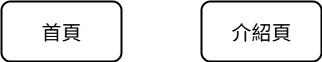
Before: images/single-stage_seq.png, a diagram exported from draw.io (Li732375/git_note). Source tidied: cells renumbered, new cells last; positions are measured from the earlier drawing's top-left corner, leaving out a move shared by most shapes. The source it was exported from:
```xml
<mxGraphModel>
  <root>
    <mxCell id="0" />
    <mxCell id="1" parent="0" />
    <mxCell id="2" style="edgeStyle=orthogonalEdgeStyle;rounded=0;jettySize=auto;html=1;exitX=1;exitY=0.5;exitDx=0;exitDy=0;entryX=0;entryY=0.5;entryDx=0;entryDy=0;strokeWidth=4;strokeColor=light-dark(#FFFFFF,#FFFFFF);" parent="1" edge="1" source="3" target="4">
      <mxGeometry relative="1" as="geometry" />
    </mxCell>
    <mxCell id="3" value="&lt;font style=&quot;font-size: 20px;&quot;&gt;首頁&lt;/font&gt;" style="rounded=1;whiteSpace=wrap;html=1;fontColor=light-dark(#000000,#FFFFFF);strokeWidth=2;" parent="1" vertex="1">
      <mxGeometry width="120" height="60" as="geometry" />
    </mxCell>
    <mxCell id="4" value="&lt;span style=&quot;font-size: 20px;&quot;&gt;介紹頁&lt;/span&gt;" style="rounded=1;whiteSpace=wrap;html=1;fontColor=light-dark(#000000,#FFFFFF);strokeWidth=2;" parent="1" vertex="1">
      <mxGeometry x="200" width="120" height="60" as="geometry" />
    </mxCell>
  </root>
</mxGraphModel>
```
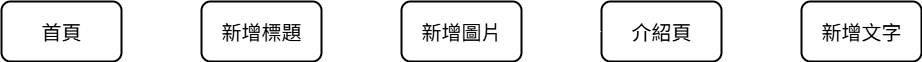
After the commit.

Change to the diagram source:
```diff
@@ -2,14 +2,32 @@
   <root>
     <mxCell id="0" />
     <mxCell id="1" parent="0" />
-    <mxCell id="2" style="edgeStyle=orthogonalEdgeStyle;rounded=0;jettySize=auto;html=1;exitX=1;exitY=0.5;exitDx=0;exitDy=0;entryX=0;entryY=0.5;entryDx=0;entryDy=0;strokeWidth=4;strokeColor=light-dark(#FFFFFF,#FFFFFF);" parent="1" edge="1" source="3" target="4">
-      <mxGeometry relative="1" as="geometry" />
-    </mxCell>
+    <mxCell id="5" style="edgeStyle=orthogonalEdgeStyle;shape=connector;rounded=0;jettySize=auto;html=1;exitX=1;exitY=0.5;exitDx=0;exitDy=0;entryX=0;entryY=0.5;entryDx=0;entryDy=0;strokeColor=light-dark(#FFFFFF,#FFFFFF);strokeWidth=4;align=center;verticalAlign=middle;fontFamily=Helvetica;fontSize=11;fontColor=default;labelBackgroundColor=default;endArrow=classic;" parent="1" edge="1" source="3" target="8">
+      <mxGeometry relative="1" as="geometry" />
+    </mxCell>
     <mxCell id="3" value="&lt;font style=&quot;font-size: 20px;&quot;&gt;首頁&lt;/font&gt;" style="rounded=1;whiteSpace=wrap;html=1;fontColor=light-dark(#000000,#FFFFFF);strokeWidth=2;" parent="1" vertex="1">
-      <mxGeometry width="120" height="60" as="geometry" />
+      <mxGeometry x="-120" width="120" height="60" as="geometry" />
     </mxCell>
+    <mxCell id="6" style="edgeStyle=orthogonalEdgeStyle;shape=connector;rounded=0;jettySize=auto;html=1;exitX=1;exitY=0.5;exitDx=0;exitDy=0;entryX=0;entryY=0.5;entryDx=0;entryDy=0;strokeColor=light-dark(#FFFFFF,#FFFFFF);strokeWidth=4;align=center;verticalAlign=middle;fontFamily=Helvetica;fontSize=11;fontColor=default;labelBackgroundColor=default;endArrow=classic;" parent="1" edge="1" source="4" target="11">
+      <mxGeometry relative="1" as="geometry" />
+    </mxCell>
     <mxCell id="4" value="&lt;span style=&quot;font-size: 20px;&quot;&gt;介紹頁&lt;/span&gt;" style="rounded=1;whiteSpace=wrap;html=1;fontColor=light-dark(#000000,#FFFFFF);strokeWidth=2;" parent="1" vertex="1">
-      <mxGeometry x="200" width="120" height="60" as="geometry" />
+      <mxGeometry x="480" width="120" height="60" as="geometry" />
     </mxCell>
+    <mxCell id="7" style="edgeStyle=orthogonalEdgeStyle;shape=connector;rounded=0;jettySize=auto;html=1;exitX=1;exitY=0.5;exitDx=0;exitDy=0;entryX=0;entryY=0.5;entryDx=0;entryDy=0;strokeColor=light-dark(#FFFFFF,#FFFFFF);strokeWidth=4;align=center;verticalAlign=middle;fontFamily=Helvetica;fontSize=11;fontColor=default;labelBackgroundColor=default;endArrow=classic;" parent="1" edge="1" source="8" target="10">
+      <mxGeometry relative="1" as="geometry" />
+    </mxCell>
+    <mxCell id="8" value="&lt;span style=&quot;font-size: 20px;&quot;&gt;新增標題&lt;/span&gt;" style="rounded=1;whiteSpace=wrap;html=1;fontColor=light-dark(#000000,#FFFFFF);strokeWidth=2;" parent="1" vertex="1">
+      <mxGeometry x="80" width="120" height="60" as="geometry" />
+    </mxCell>
+    <mxCell id="9" style="edgeStyle=orthogonalEdgeStyle;shape=connector;rounded=0;jettySize=auto;html=1;exitX=1;exitY=0.5;exitDx=0;exitDy=0;entryX=0;entryY=0.5;entryDx=0;entryDy=0;strokeColor=light-dark(#FFFFFF,#FFFFFF);strokeWidth=4;align=center;verticalAlign=middle;fontFamily=Helvetica;fontSize=11;fontColor=default;labelBackgroundColor=default;endArrow=classic;" parent="1" edge="1" source="10" target="4">
+      <mxGeometry relative="1" as="geometry" />
+    </mxCell>
+    <mxCell id="10" value="&lt;span style=&quot;font-size: 20px;&quot;&gt;新增圖片&lt;/span&gt;" style="rounded=1;whiteSpace=wrap;html=1;fontColor=light-dark(#000000,#FFFFFF);strokeWidth=2;" parent="1" vertex="1">
+      <mxGeometry x="280" width="120" height="60" as="geometry" />
+    </mxCell>
+    <mxCell id="11" value="&lt;span style=&quot;font-size: 20px;&quot;&gt;新增文字&lt;/span&gt;" style="rounded=1;whiteSpace=wrap;html=1;fontColor=light-dark(#000000,#FFFFFF);strokeWidth=2;" parent="1" vertex="1">
+      <mxGeometry x="680" width="120" height="60" as="geometry" />
+    </mxCell>
   </root>
 </mxGraphModel>
```
